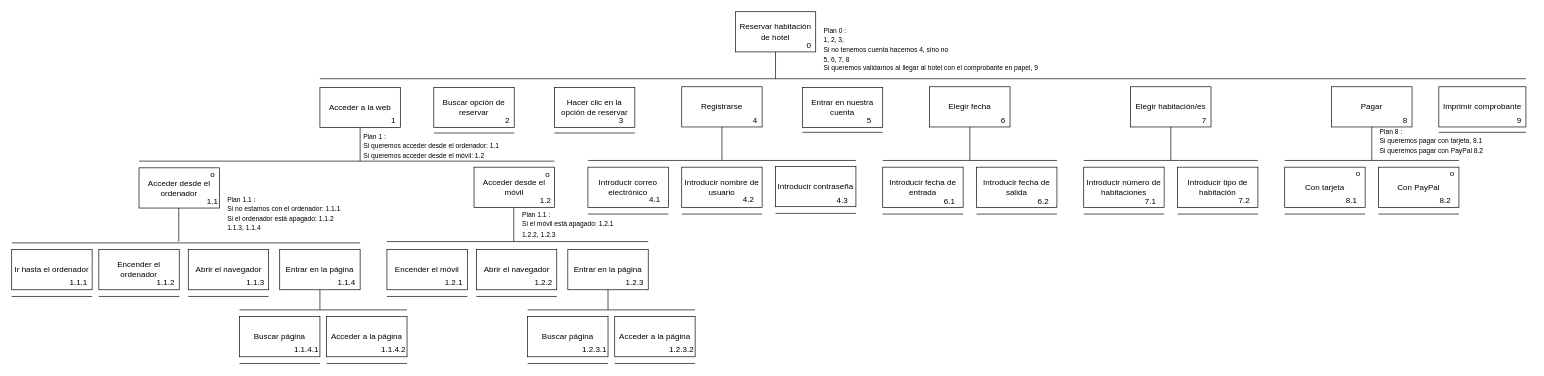
Above: Untitled Diagram.drawio in dolansete/repdolan (draw.io), before the change. Source tidied: cells renumbered, new cells numbered last; positions are measured from the earlier drawing's top-left corner, leaving out a move shared by most shapes. Both pictures are drawn from the tidied source at 67%, with x=0, y=0 at pixel (11, 11).
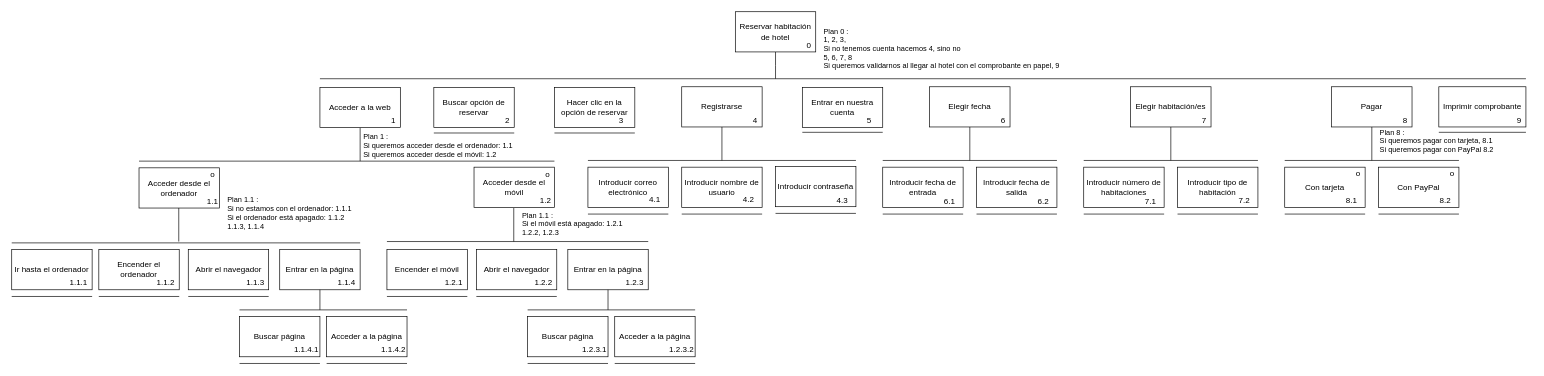
Above is the later version.

Change to the diagram source:
```diff
@@
-    <mxCell id="107" value="&lt;font style=&quot;font-size: 10px&quot;&gt;Plan 0 :&lt;br&gt;1, 2, 3,&lt;br&gt;Si no tenemos cuenta hacemos 4, sino no&lt;br&gt;5, 6, 7, 8&lt;br&gt;&lt;/font&gt;&lt;div style=&quot;font-size: 10px&quot;&gt;&lt;font style=&quot;font-size: 10px&quot;&gt;Si queremos validarnos al llegar al hotel con el comprobante en papel, 9&lt;/font&gt;&lt;/div&gt;" style="text;html=1;strokeColor=none;fillColor=none;align=left;verticalAlign=middle;whiteSpace=wrap;rounded=0;" parent="1" vertex="1">
-      <mxGeometry x="1210" y="20" width="340" height="70" as="geometry" />
+    <mxCell id="107" value="&lt;font style=&quot;font-size: 11px;&quot;&gt;Plan 0 :&lt;br style=&quot;font-size: 11px;&quot;&gt;1, 2, 3,&lt;br style=&quot;font-size: 11px;&quot;&gt;Si no tenemos cuenta hacemos 4, sino no&lt;br style=&quot;font-size: 11px;&quot;&gt;5, 6, 7, 8&lt;br style=&quot;font-size: 11px;&quot;&gt;&lt;/font&gt;&lt;div style=&quot;font-size: 11px;&quot;&gt;&lt;font style=&quot;font-size: 11px;&quot;&gt;Si queremos validarnos al llegar al hotel con el comprobante en papel, 9&lt;/font&gt;&lt;/div&gt;" style="text;html=1;strokeColor=none;fillColor=none;align=left;verticalAlign=middle;whiteSpace=wrap;rounded=0;fontSize=11;" parent="1" vertex="1">
+      <mxGeometry x="1210" y="20" width="360" height="70" as="geometry" />
     </mxCell>
@@
-    <mxCell id="111" value="&lt;font style=&quot;font-size: 10px&quot;&gt;Plan 8 :&lt;br&gt;Si queremos pagar con tarjeta, 8.1&lt;br&gt;Si queremos pagar con PayPal 8.2&lt;br&gt;&lt;/font&gt;" style="text;html=1;strokeColor=none;fillColor=none;align=left;verticalAlign=middle;whiteSpace=wrap;rounded=0;" parent="1" vertex="1">
-      <mxGeometry x="2040" y="173" width="171" height="40" as="geometry" />
+    <mxCell id="111" value="&lt;font style=&quot;font-size: 11px;&quot;&gt;Plan 8 :&lt;br style=&quot;font-size: 11px;&quot;&gt;Si queremos pagar con tarjeta, 8.1&lt;br style=&quot;font-size: 11px;&quot;&gt;Si queremos pagar con PayPal 8.2&lt;br style=&quot;font-size: 11px;&quot;&gt;&lt;/font&gt;" style="text;html=1;strokeColor=none;fillColor=none;align=left;verticalAlign=middle;whiteSpace=wrap;rounded=0;fontSize=11;" parent="1" vertex="1">
+      <mxGeometry x="2040" y="173" width="180" height="40" as="geometry" />
     </mxCell>
-    <mxCell id="112" value="&lt;font style=&quot;font-size: 10px&quot;&gt;Plan 1 :&lt;br&gt;Si queremos acceder desde el ordenador: 1.1&lt;br&gt;Si queremos acceder desde el móvil: 1.2&lt;br&gt;&lt;/font&gt;" style="text;html=1;strokeColor=none;fillColor=none;align=left;verticalAlign=middle;whiteSpace=wrap;rounded=0;" parent="1" vertex="1">
+    <mxCell id="112" value="&lt;font style=&quot;font-size: 11px;&quot;&gt;Plan 1 :&lt;br style=&quot;font-size: 11px;&quot;&gt;Si queremos acceder desde el ordenador: 1.1&lt;br style=&quot;font-size: 11px;&quot;&gt;Si queremos acceder desde el móvil: 1.2&lt;br style=&quot;font-size: 11px;&quot;&gt;&lt;/font&gt;" style="text;html=1;strokeColor=none;fillColor=none;align=left;verticalAlign=middle;whiteSpace=wrap;rounded=0;fontSize=11;" parent="1" vertex="1">
       <mxGeometry x="522.5" y="180" width="227.5" height="40" as="geometry" />
     </mxCell>
-    <mxCell id="113" value="&lt;font style=&quot;font-size: 10px&quot;&gt;Plan 1.1 :&lt;br&gt;Si no estamos con el ordenador: 1.1.1&lt;br&gt;Si el ordenador está apagado: 1.1.2&lt;br&gt;1.1.3, 1.1.4&lt;br&gt;&lt;/font&gt;" style="text;html=1;strokeColor=none;fillColor=none;align=left;verticalAlign=middle;whiteSpace=wrap;rounded=0;" parent="1" vertex="1">
-      <mxGeometry x="320" y="271" width="180" height="60" as="geometry" />
+    <mxCell id="113" value="&lt;font style=&quot;font-size: 11px;&quot;&gt;Plan 1.1 :&lt;br style=&quot;font-size: 11px;&quot;&gt;Si no estamos con el ordenador: 1.1.1&lt;br style=&quot;font-size: 11px;&quot;&gt;Si el ordenador está apagado: 1.1.2&lt;br style=&quot;font-size: 11px;&quot;&gt;1.1.3, 1.1.4&lt;br style=&quot;font-size: 11px;&quot;&gt;&lt;/font&gt;" style="text;html=1;strokeColor=none;fillColor=none;align=left;verticalAlign=middle;whiteSpace=wrap;rounded=0;fontSize=11;" parent="1" vertex="1">
+      <mxGeometry x="320" y="271" width="200" height="60" as="geometry" />
     </mxCell>
-    <mxCell id="114" value="&lt;font style=&quot;font-size: 10px&quot;&gt;Plan 1.1 :&lt;br&gt;Si el móvil está apagado: 1.2.1&lt;br&gt;1.2.2, 1.2.3&lt;br&gt;&lt;/font&gt;" style="text;html=1;strokeColor=none;fillColor=none;align=left;verticalAlign=middle;whiteSpace=wrap;rounded=0;" parent="1" vertex="1">
+    <mxCell id="114" value="&lt;font style=&quot;font-size: 11px;&quot;&gt;Plan 1.1 :&lt;br style=&quot;font-size: 11px;&quot;&gt;Si el móvil está apagado: 1.2.1&lt;br style=&quot;font-size: 11px;&quot;&gt;1.2.2, 1.2.3&lt;br style=&quot;font-size: 11px;&quot;&gt;&lt;/font&gt;" style="text;html=1;strokeColor=none;fillColor=none;align=left;verticalAlign=middle;whiteSpace=wrap;rounded=0;fontSize=11;" parent="1" vertex="1">
       <mxGeometry x="760" y="290" width="180" height="53" as="geometry" />
     </mxCell>
```
